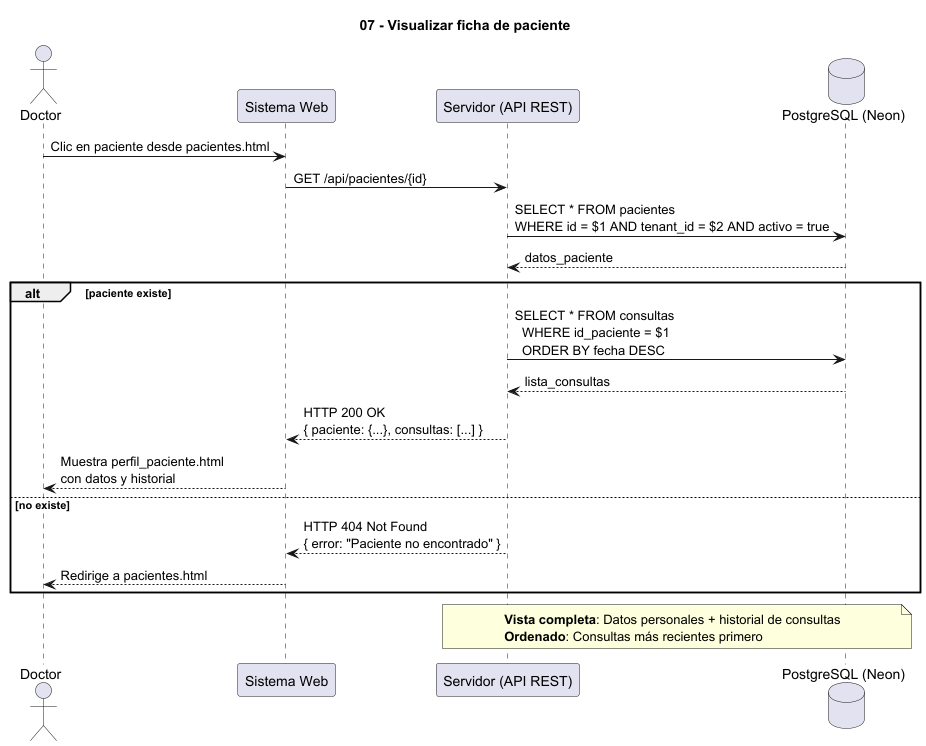
Earlier version of the PlantUML export docs/Imagenes_UML/07_Visualizar_ficha_de_paciente.png (marcostoledo96/mvp_historias-clinicas). The source it was exported from:
```plantuml
@startuml
title 07 - Visualizar ficha de paciente

actor Doctor
participant "Sistema Web" as Web
participant "Servidor (API REST)" as Server
database "PostgreSQL (Neon)" as DB

Doctor -> Web : Clic en paciente desde pacientes.html
Web -> Server : GET /api/pacientes/{id}

Server -> DB : SELECT * FROM pacientes\nWHERE id = $1 AND tenant_id = $2 AND activo = true
DB --> Server : datos_paciente

alt paciente existe
  Server -> DB : SELECT * FROM consultas\n  WHERE id_paciente = $1\n  ORDER BY fecha DESC
  DB --> Server : lista_consultas

  Server --> Web : HTTP 200 OK\n{ paciente: {...}, consultas: [...] }
  Web --> Doctor : Muestra perfil_paciente.html\ncon datos y historial

else no existe
  Server --> Web : HTTP 404 Not Found\n{ error: "Paciente no encontrado" }
  Web --> Doctor : Redirige a pacientes.html
end

note over Server, DB
  **Vista completa**: Datos personales + historial de consultas
  **Ordenado**: Consultas más recientes primero
end note

@enduml
```
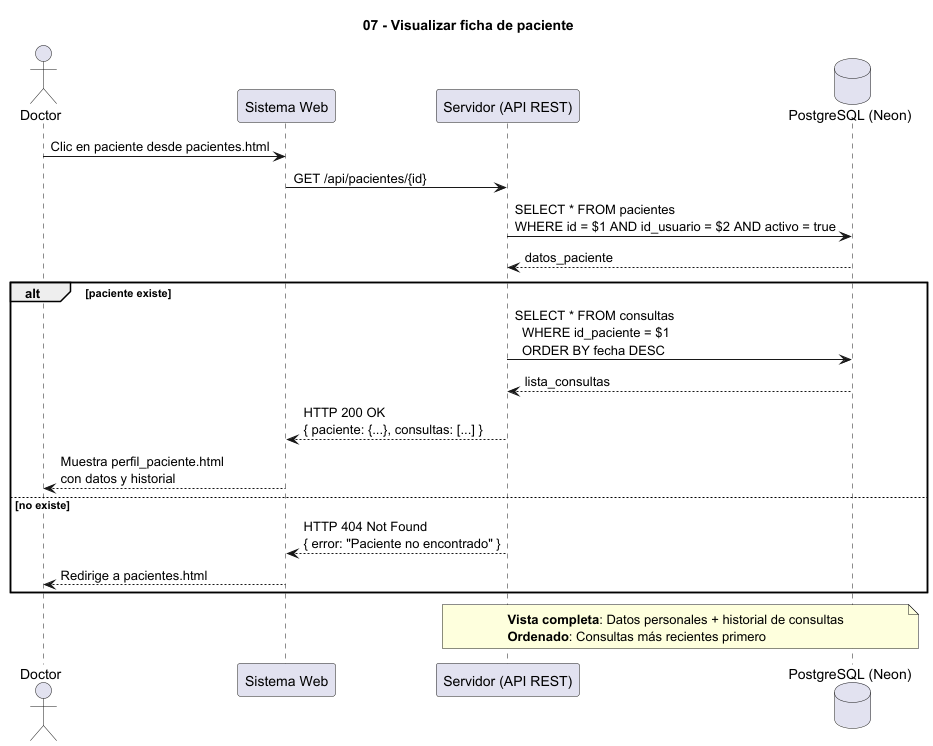
The same diagram one commit later.

What changed in the source:
```diff
@@ -9,7 +9,7 @@
 Doctor -> Web : Clic en paciente desde pacientes.html
 Web -> Server : GET /api/pacientes/{id}
 
-Server -> DB : SELECT * FROM pacientes\nWHERE id = $1 AND tenant_id = $2 AND activo = true
+Server -> DB : SELECT * FROM pacientes\nWHERE id = $1 AND id_usuario = $2 AND activo = true
 DB --> Server : datos_paciente
 
 alt paciente existe
```
